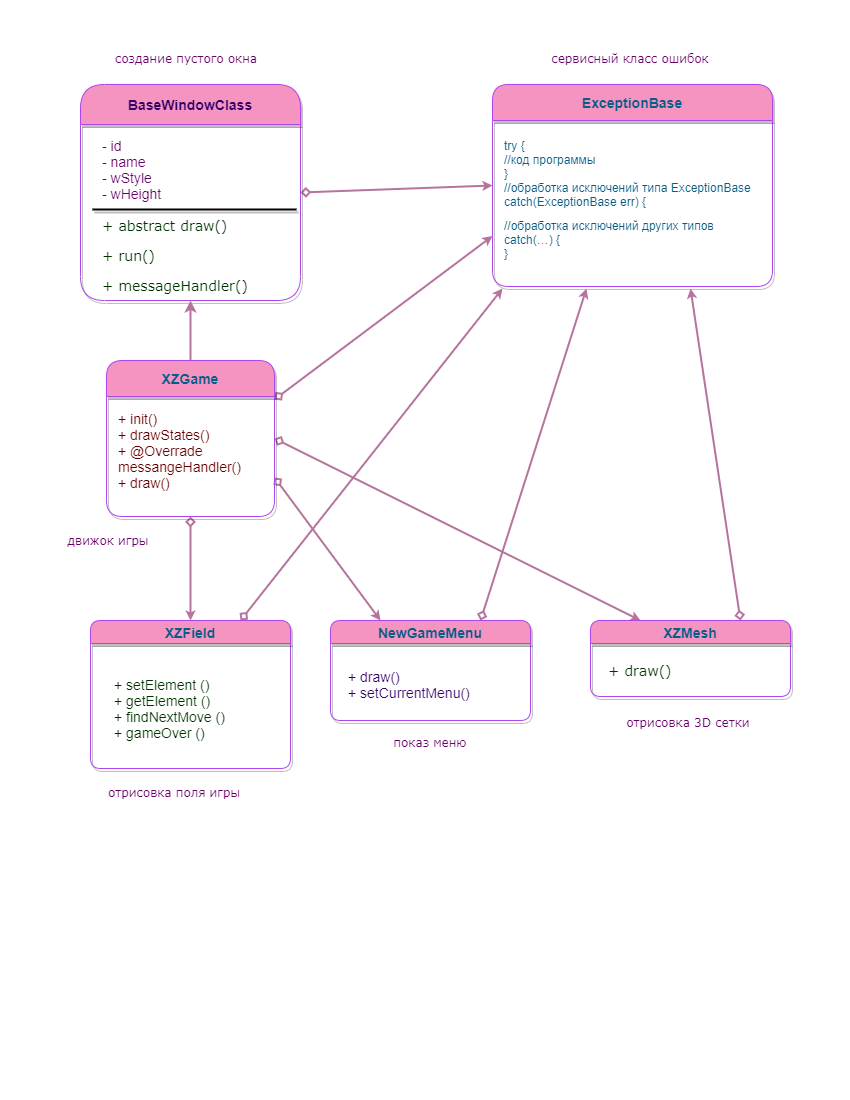
Before: chapter_005/Крестики-нолики. Тестовое задание. [.drawio.png, a diagram exported from draw.io (EkaterinaKalashnikova/job4j_design). Source tidied: cells renumbered, new cells last; positions are measured from the earlier drawing's top-left corner, leaving out a move shared by most shapes.
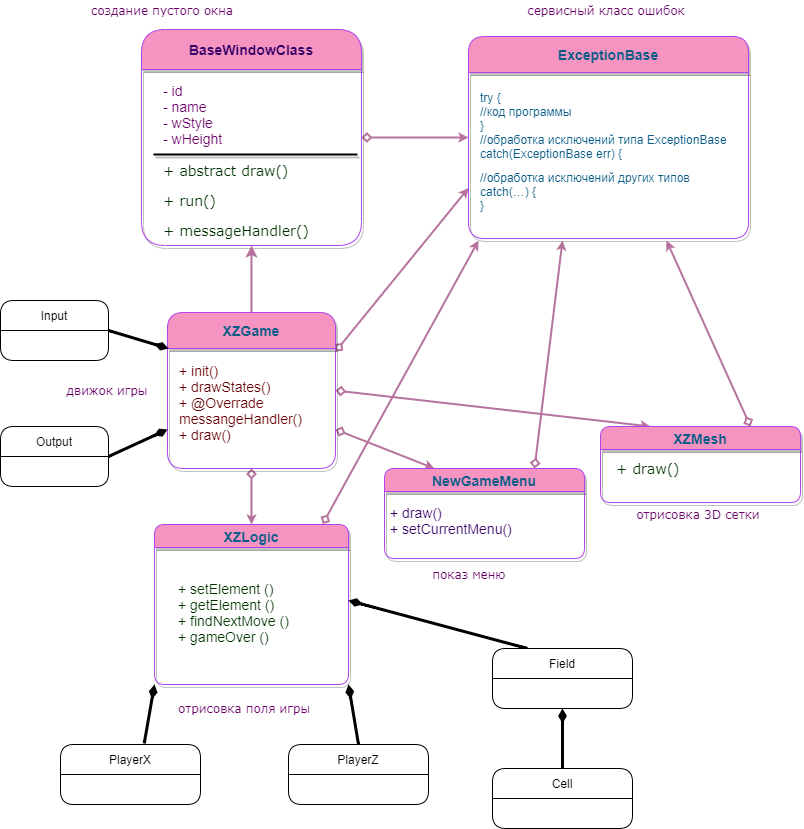
The same diagram one commit later.

The edit, as a diff of the source:
```diff
@@ -6,7 +6,7 @@
       <mxGeometry relative="1" as="geometry" />
     </mxCell>
     <mxCell id="3" value="BaseWindowClass" style="swimlane;shadow=1;hachureGap=4;fillColor=#F694C1;strokeColor=#AF45ED;fontColor=#330066;rounded=1;startSize=40;arcSize=20;whiteSpace=wrap;fontSize=14;" parent="1" vertex="1">
-      <mxGeometry x="32" y="36" width="220" height="216" as="geometry" />
+      <mxGeometry x="117" y="29" width="220" height="216" as="geometry" />
     </mxCell>
     <mxCell id="4" value="- id&lt;br style=&quot;font-size: 14px;&quot;&gt;- name&lt;br style=&quot;font-size: 14px;&quot;&gt;- wStyle&lt;br style=&quot;font-size: 14px;&quot;&gt;- wHeight" style="text;html=1;strokeColor=none;fillColor=none;align=left;verticalAlign=middle;whiteSpace=wrap;rounded=0;shadow=1;hachureGap=4;fontColor=#660066;startSize=40;rotation=0;fontSize=14;" parent="3" vertex="1">
       <mxGeometry x="20" y="50" width="180" height="70" as="geometry" />
@@ -33,18 +33,18 @@
       <mxGeometry relative="1" as="geometry" />
     </mxCell>
     <mxCell id="12" value="XZGame" style="swimlane;shadow=1;hachureGap=4;fillColor=#F694C1;strokeColor=#AF45ED;fontColor=#095C86;rounded=1;fontSize=14;startSize=36;" parent="1" vertex="1">
-      <mxGeometry x="58" y="312" width="168" height="156" as="geometry" />
+      <mxGeometry x="143" y="312" width="168" height="156" as="geometry" />
     </mxCell>
     <mxCell id="13" value="+ init()&lt;br&gt;+ drawStates()&lt;br&gt;+ @Overrade messangeHandler()&lt;br&gt;+ draw()" style="text;html=1;strokeColor=none;fillColor=none;align=left;verticalAlign=middle;whiteSpace=wrap;rounded=0;shadow=1;hachureGap=4;fontColor=#660000;startSize=40;fontSize=14;" parent="12" vertex="1">
       <mxGeometry x="10" y="36" width="168" height="108" as="geometry" />
     </mxCell>
-    <mxCell id="14" style="edgeStyle=none;rounded=0;jumpSize=8;jettySize=auto;html=1;exitX=0.75;exitY=0;exitDx=0;exitDy=0;fontColor=#095C86;startArrow=diamond;startFill=0;endArrow=classic;endFill=1;endSize=4;sourcePerimeterSpacing=8;targetPerimeterSpacing=8;strokeColor=#B5739D;strokeWidth=2;fillColor=#F694C1;" parent="1" edge="1" source="15">
+    <mxCell id="14" style="edgeStyle=none;rounded=0;jumpSize=8;jettySize=auto;html=1;exitX=0.867;exitY=-0.003;exitDx=0;exitDy=0;fontColor=#095C86;startArrow=diamond;startFill=0;endArrow=classic;endFill=1;endSize=4;sourcePerimeterSpacing=8;targetPerimeterSpacing=8;strokeColor=#B5739D;strokeWidth=2;fillColor=#F694C1;exitPerimeter=0;" parent="1" edge="1" source="15">
       <mxGeometry relative="1" as="geometry">
         <mxPoint x="454" y="240" as="targetPoint" />
       </mxGeometry>
     </mxCell>
-    <mxCell id="15" value="XZField" style="swimlane;shadow=1;hachureGap=4;fillColor=#F694C1;strokeColor=#AF45ED;fontColor=#095C86;rounded=1;fontSize=14;" parent="1" vertex="1">
-      <mxGeometry x="42" y="572" width="200" height="148" as="geometry" />
+    <mxCell id="15" value="XZLogic" style="swimlane;shadow=1;hachureGap=4;fillColor=#F694C1;strokeColor=#AF45ED;fontColor=#095C86;rounded=1;fontSize=14;" parent="1" vertex="1">
+      <mxGeometry x="130" y="524" width="194" height="160" as="geometry" />
     </mxCell>
     <mxCell id="16" value="+ setElement () &lt;br&gt;+ getElement () &lt;br&gt;+ findNextMove () &lt;br&gt;+ gameOver ()" style="text;html=1;strokeColor=none;fillColor=none;align=left;verticalAlign=middle;whiteSpace=wrap;rounded=0;shadow=1;hachureGap=4;fontColor=#003300;startSize=40;fontSize=14;" parent="15" vertex="1">
       <mxGeometry x="22" y="28" width="156" height="120" as="geometry" />
@@ -64,10 +64,10 @@
       </mxGeometry>
     </mxCell>
     <mxCell id="21" value="NewGameMenu" style="swimlane;shadow=1;hachureGap=4;fillColor=#F694C1;strokeColor=#AF45ED;fontColor=#095C86;rounded=1;fontSize=14;" parent="1" vertex="1">
-      <mxGeometry x="282" y="572" width="200" height="100" as="geometry" />
+      <mxGeometry x="360" y="468" width="200" height="90" as="geometry" />
     </mxCell>
     <mxCell id="22" value="+ draw()&lt;br&gt;+ setCurrentMenu()" style="text;html=1;strokeColor=none;fillColor=none;align=left;verticalAlign=middle;whiteSpace=wrap;rounded=0;shadow=1;hachureGap=4;fontColor=#330066;startSize=40;fontSize=14;" parent="21" vertex="1">
-      <mxGeometry x="16" y="16" width="168" height="96" as="geometry" />
+      <mxGeometry x="4" y="4" width="168" height="96" as="geometry" />
     </mxCell>
     <mxCell id="23" style="edgeStyle=none;rounded=0;jumpSize=8;jettySize=auto;html=1;exitX=0.75;exitY=0;exitDx=0;exitDy=0;fontColor=#095C86;startArrow=diamond;startFill=0;endArrow=classic;endFill=1;endSize=4;sourcePerimeterSpacing=8;targetPerimeterSpacing=8;strokeColor=#B5739D;strokeWidth=2;fillColor=#F694C1;" parent="1" edge="1" source="24">
       <mxGeometry relative="1" as="geometry">
@@ -75,28 +75,68 @@
       </mxGeometry>
     </mxCell>
     <mxCell id="24" value="XZMesh" style="swimlane;shadow=1;hachureGap=4;fillColor=#F694C1;strokeColor=#AF45ED;fontColor=#095C86;rounded=1;fontSize=14;" parent="1" vertex="1">
-      <mxGeometry x="542" y="572" width="200" height="76" as="geometry" />
+      <mxGeometry x="576" y="426" width="200" height="76" as="geometry" />
     </mxCell>
     <mxCell id="25" value="+ draw()" style="text;html=1;strokeColor=none;fillColor=none;align=left;verticalAlign=middle;whiteSpace=wrap;rounded=0;shadow=1;hachureGap=4;fontFamily=Verdana;fontSize=14;fontColor=#003300;startSize=40;" parent="24" vertex="1">
-      <mxGeometry x="16" y="8" width="168" height="84" as="geometry" />
+      <mxGeometry x="14" width="168" height="84" as="geometry" />
     </mxCell>
     <mxCell id="26" value="создание пустого окна" style="text;html=1;strokeColor=none;fillColor=none;align=center;verticalAlign=middle;whiteSpace=wrap;rounded=0;shadow=1;hachureGap=4;fontFamily=Verdana;fontSize=12;fontColor=#660066;startSize=40;" parent="1" vertex="1">
       <mxGeometry x="36" width="204" height="20" as="geometry" />
     </mxCell>
     <mxCell id="27" value="движок игры" style="text;html=1;strokeColor=none;fillColor=none;align=center;verticalAlign=middle;whiteSpace=wrap;rounded=0;shadow=1;hachureGap=4;fontFamily=Verdana;fontSize=12;fontColor=#660066;startSize=40;" parent="1" vertex="1">
-      <mxGeometry y="482" width="120" height="20" as="geometry" />
+      <mxGeometry x="23" y="380" width="120" height="20" as="geometry" />
     </mxCell>
     <mxCell id="28" value="сервисный класс ошибок" style="text;html=1;strokeColor=none;fillColor=none;align=center;verticalAlign=middle;whiteSpace=wrap;rounded=0;shadow=1;hachureGap=4;fontFamily=Verdana;fontSize=12;fontColor=#660066;startSize=40;" parent="1" vertex="1">
       <mxGeometry x="456" width="252" height="20" as="geometry" />
     </mxCell>
     <mxCell id="29" value="отрисовка поля игры" style="text;html=1;strokeColor=none;fillColor=none;align=center;verticalAlign=middle;whiteSpace=wrap;rounded=0;shadow=1;hachureGap=4;fontFamily=Verdana;fontSize=12;fontColor=#660066;startSize=40;" parent="1" vertex="1">
-      <mxGeometry x="36" y="732" width="180" height="24" as="geometry" />
+      <mxGeometry x="130" y="696" width="180" height="24" as="geometry" />
     </mxCell>
     <mxCell id="30" value="показ меню&amp;nbsp;" style="text;html=1;strokeColor=none;fillColor=none;align=center;verticalAlign=middle;whiteSpace=wrap;rounded=0;shadow=1;hachureGap=4;fontFamily=Verdana;fontSize=12;fontColor=#660066;startSize=40;" parent="1" vertex="1">
-      <mxGeometry x="288" y="684" width="192" height="20" as="geometry" />
+      <mxGeometry x="351" y="564" width="192" height="20" as="geometry" />
     </mxCell>
     <mxCell id="31" value="отрисовка 3D сетки&amp;nbsp;" style="text;html=1;strokeColor=none;fillColor=none;align=center;verticalAlign=middle;whiteSpace=wrap;rounded=0;shadow=1;hachureGap=4;fontFamily=Verdana;fontSize=12;fontColor=#660066;startSize=40;" parent="1" vertex="1">
-      <mxGeometry x="546" y="664" width="192" height="20" as="geometry" />
+      <mxGeometry x="580" y="504" width="192" height="20" as="geometry" />
     </mxCell>
+    <mxCell id="32" style="edgeStyle=none;curved=1;rounded=0;jettySize=auto;html=1;exitX=0.598;exitY=-0.018;exitDx=0;exitDy=0;endArrow=diamondThin;endFill=1;sourcePerimeterSpacing=8;targetPerimeterSpacing=8;strokeWidth=3;exitPerimeter=0;entryX=0;entryY=1;entryDx=0;entryDy=0;" parent="1" edge="1" source="33" target="15">
+      <mxGeometry relative="1" as="geometry" />
+    </mxCell>
+    <mxCell id="33" value="PlayerX" style="swimlane;fontStyle=0;horizontal=1;startSize=30;hachureGap=4;rounded=1;" parent="1" vertex="1">
+      <mxGeometry x="36" y="744" width="140" height="60" as="geometry" />
+    </mxCell>
+    <mxCell id="34" style="edgeStyle=none;curved=1;rounded=0;jettySize=auto;html=1;exitX=0.5;exitY=0;exitDx=0;exitDy=0;endArrow=diamondThin;endFill=1;sourcePerimeterSpacing=8;targetPerimeterSpacing=8;strokeWidth=3;entryX=1;entryY=1;entryDx=0;entryDy=0;" parent="1" edge="1" source="35" target="15">
+      <mxGeometry relative="1" as="geometry" />
+    </mxCell>
+    <mxCell id="35" value="PlayerZ" style="swimlane;fontStyle=0;horizontal=1;startSize=30;hachureGap=4;rounded=1;" parent="1" vertex="1">
+      <mxGeometry x="264" y="744" width="140" height="60" as="geometry" />
+    </mxCell>
+    <mxCell id="36" style="edgeStyle=none;curved=1;rounded=0;jettySize=auto;html=1;exitX=0.5;exitY=0;exitDx=0;exitDy=0;entryX=0.5;entryY=1;entryDx=0;entryDy=0;endArrow=diamondThin;endFill=1;sourcePerimeterSpacing=8;targetPerimeterSpacing=8;strokeWidth=3;" parent="1" edge="1" source="37" target="39">
+      <mxGeometry relative="1" as="geometry" />
+    </mxCell>
+    <mxCell id="37" value="Cell" style="swimlane;fontStyle=0;horizontal=1;startSize=30;hachureGap=4;rounded=1;" parent="1" vertex="1">
+      <mxGeometry x="468" y="768" width="140" height="60" as="geometry" />
+    </mxCell>
+    <mxCell id="38" style="edgeStyle=none;curved=1;rounded=0;jettySize=auto;html=1;exitX=0.25;exitY=0;exitDx=0;exitDy=0;endArrow=diamondThin;endFill=1;sourcePerimeterSpacing=8;targetPerimeterSpacing=8;strokeWidth=3;" parent="1" edge="1" source="39">
+      <mxGeometry relative="1" as="geometry">
+        <mxPoint x="324" y="600" as="targetPoint" />
+      </mxGeometry>
+    </mxCell>
+    <mxCell id="39" value="Field" style="swimlane;fontStyle=0;horizontal=1;startSize=30;hachureGap=4;rounded=1;" parent="1" vertex="1">
+      <mxGeometry x="468" y="648" width="140" height="60" as="geometry" />
+    </mxCell>
+    <mxCell id="40" style="edgeStyle=none;curved=1;rounded=0;jettySize=auto;html=1;exitX=1;exitY=0.5;exitDx=0;exitDy=0;endArrow=diamondThin;endFill=1;sourcePerimeterSpacing=8;targetPerimeterSpacing=8;strokeWidth=3;" parent="1" edge="1" source="41">
+      <mxGeometry relative="1" as="geometry">
+        <mxPoint x="144" y="348" as="targetPoint" />
+      </mxGeometry>
+    </mxCell>
+    <mxCell id="41" value="Input" style="swimlane;fontStyle=0;horizontal=1;startSize=30;rounded=1;hachureGap=4;" parent="1" vertex="1">
+      <mxGeometry x="-24" y="300" width="108" height="60" as="geometry" />
+    </mxCell>
+    <mxCell id="42" style="edgeStyle=none;curved=1;rounded=0;jettySize=auto;html=1;exitX=1;exitY=0.5;exitDx=0;exitDy=0;entryX=0;entryY=0.75;entryDx=0;entryDy=0;endArrow=diamondThin;endFill=1;sourcePerimeterSpacing=8;targetPerimeterSpacing=8;strokeWidth=3;" parent="1" edge="1" source="43" target="12">
+      <mxGeometry relative="1" as="geometry" />
+    </mxCell>
+    <mxCell id="43" value="Output" style="swimlane;fontStyle=0;horizontal=1;startSize=30;rounded=1;hachureGap=4;" parent="1" vertex="1">
+      <mxGeometry x="-24" y="426" width="108" height="60" as="geometry" />
+    </mxCell>
   </root>
 </mxGraphModel>
```
